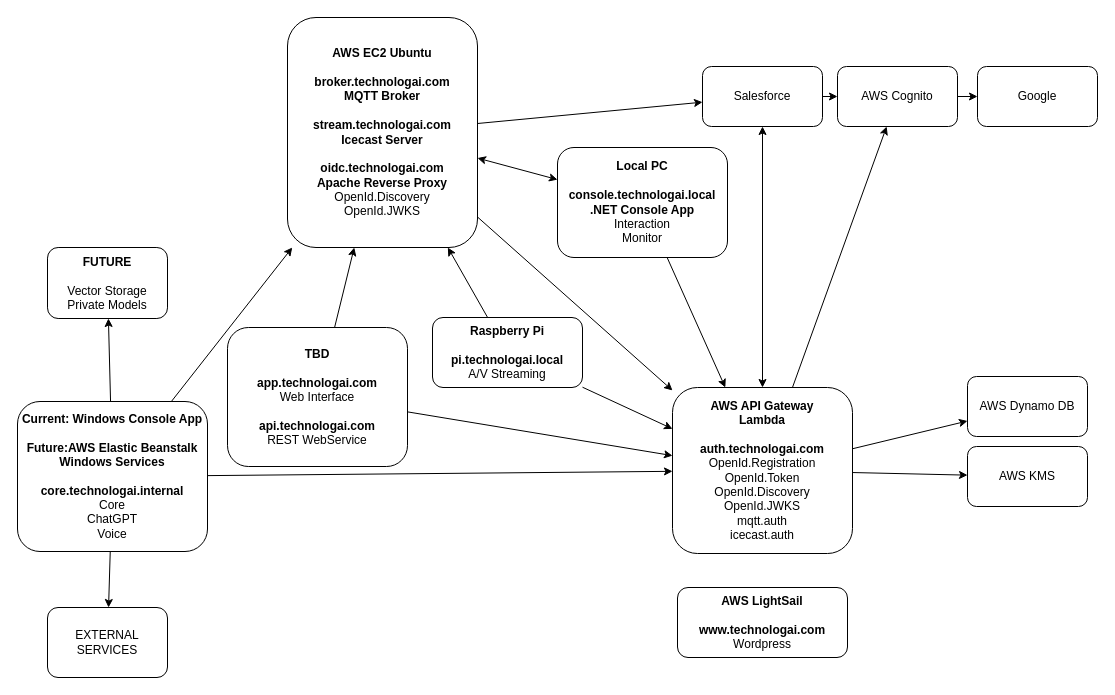
Earlier version of the draw.io diagram Assets/TechnologaiEnvironments.drawio (john-s4d/TechnologAI). Source tidied: cells renumbered, new cells numbered last; positions are measured from the earlier drawing's top-left corner, leaving out a move shared by most shapes. Both pictures are drawn from the tidied source at 100%, with x=0, y=0 at pixel (17, 17).
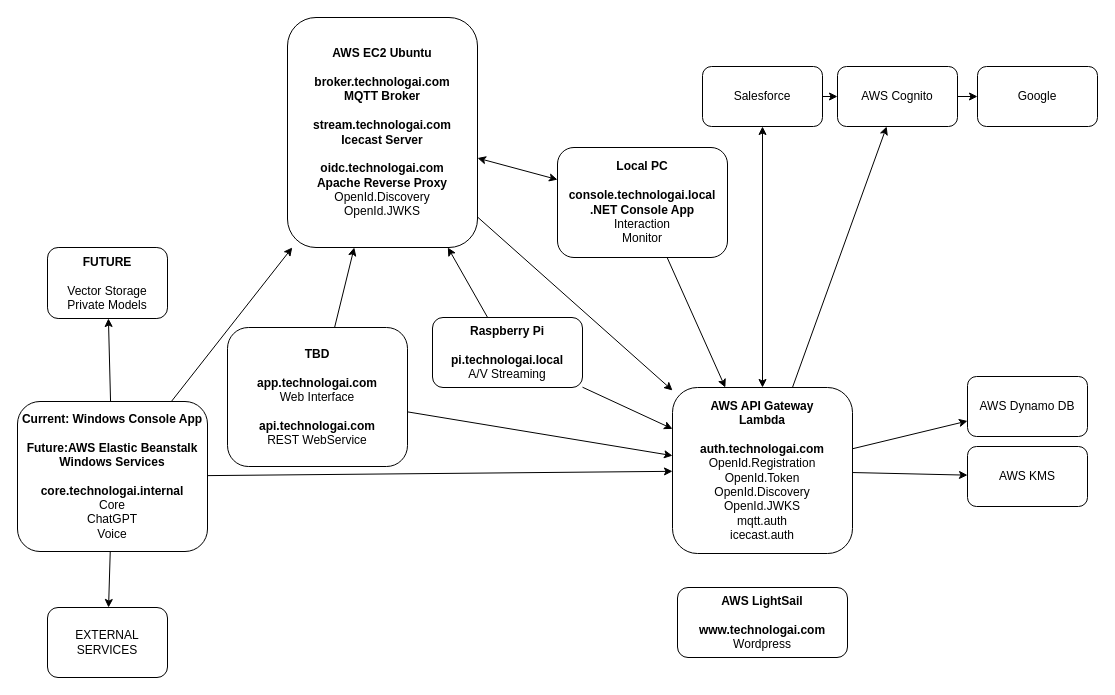
Above is the later version.

The change refers to these unchanged cells:
```xml
<mxCell id="4" value="Salesforce" style="rounded=1;whiteSpace=wrap;html=1;" parent="1" vertex="1">
  <mxGeometry x="685" y="49" width="120" height="60" as="geometry" />
</mxCell>
<mxCell id="7" value="&lt;b&gt;AWS EC2 Ubuntu&lt;br&gt;&lt;br&gt;broker.technologai.com&lt;br&gt;MQTT Broker&lt;/b&gt;&lt;br&gt;&lt;br&gt;&lt;b style=&quot;border-color: var(--border-color);&quot;&gt;stream.technologai.com&lt;br style=&quot;border-color: var(--border-color);&quot;&gt;&lt;/b&gt;&lt;b&gt;Icecast Server&lt;/b&gt;&lt;br&gt;&lt;br&gt;&lt;b style=&quot;border-color: var(--border-color);&quot;&gt;oidc.technologai.com&lt;br&gt;Apache Reverse Proxy&lt;/b&gt;&lt;br style=&quot;border-color: var(--border-color);&quot;&gt;OpenId.Discovery&lt;br style=&quot;border-color: var(--border-color);&quot;&gt;OpenId.JWKS" style="rounded=1;whiteSpace=wrap;html=1;" parent="1" vertex="1">
  <mxGeometry x="270" width="190" height="230" as="geometry" />
</mxCell>
```

What changed in the source:
```diff
@@
-    <mxCell id="15" style="endArrow=classic;html=1;rounded=0;" parent="1" edge="1" source="7" target="4">
-      <mxGeometry relative="1" as="geometry" />
-    </mxCell>
```
